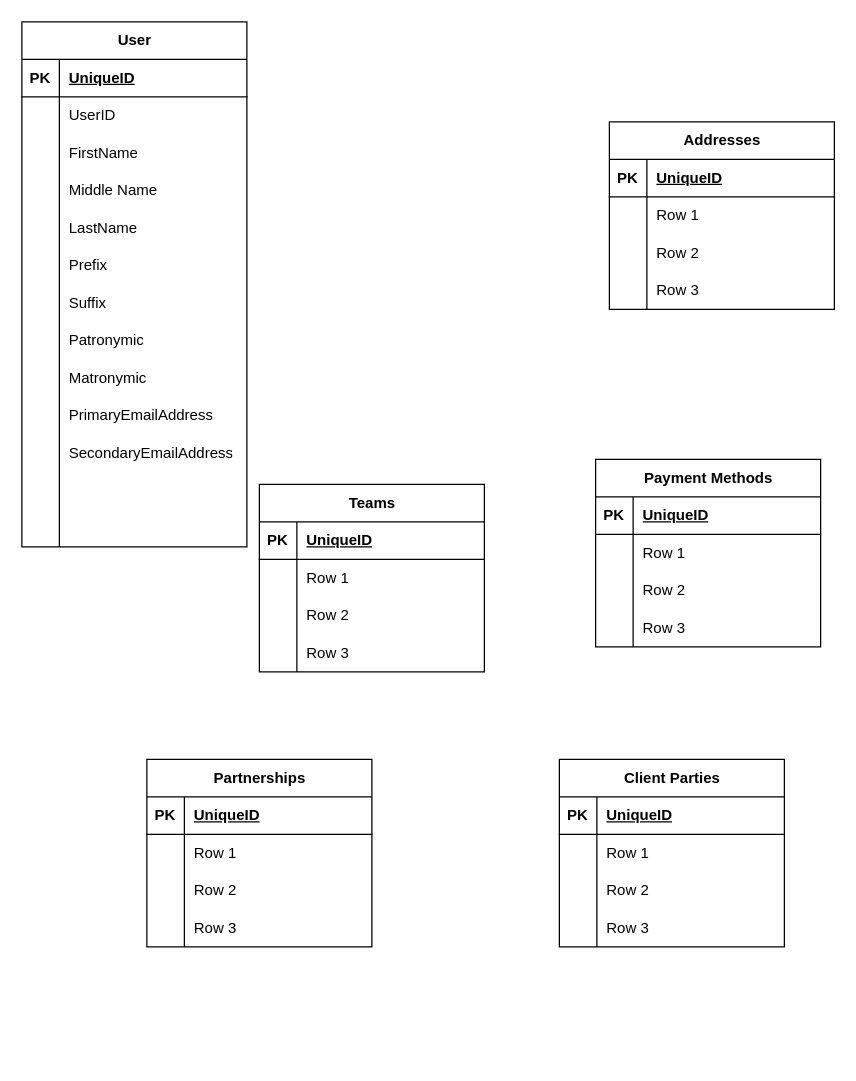
ElementalTech04/Drawio-Backup keeps this draw.io diagram as user-database.drawio. Above is the earlier version. Source tidied: cells renumbered, new cells numbered last; positions are measured from the earlier drawing's top-left corner, leaving out a move shared by most shapes. Both pictures are drawn from the tidied source at 125%, with x=0, y=0 at pixel (21, 21).
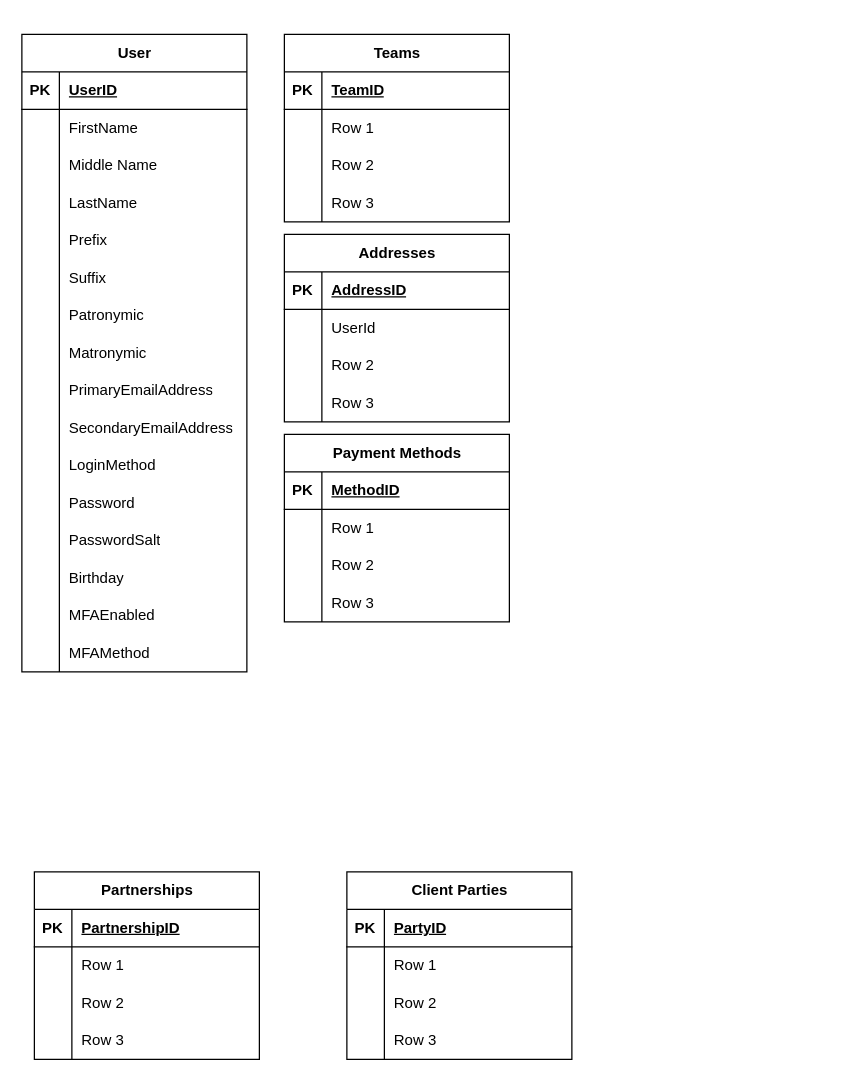
After the change.

Unchanged cells that the change refers to:
```xml
<mxCell id="3" style="shape=tableRow;horizontal=0;startSize=0;swimlaneHead=0;swimlaneBody=0;fillColor=none;top=0;left=0;right=0;bottom=1;" parent="2" vertex="1">
  <mxGeometry y="30" width="180" height="30" as="geometry" />
</mxCell>
<mxCell id="43" style="shape=tableRow;horizontal=0;startSize=0;swimlaneHead=0;swimlaneBody=0;fillColor=none;top=0;left=0;right=0;bottom=1;" parent="42" vertex="1">
  <mxGeometry y="30" width="180" height="30" as="geometry" />
</mxCell>
<mxCell id="46" style="shape=tableRow;horizontal=0;startSize=0;swimlaneHead=0;swimlaneBody=0;fillColor=none;top=0;left=0;right=0;bottom=0;" parent="42" vertex="1">
  <mxGeometry y="60" width="180" height="30" as="geometry" />
</mxCell>
<mxCell id="56" style="shape=tableRow;horizontal=0;startSize=0;swimlaneHead=0;swimlaneBody=0;fillColor=none;top=0;left=0;right=0;bottom=1;" parent="55" vertex="1">
  <mxGeometry y="30" width="180" height="30" as="geometry" />
</mxCell>
<mxCell id="69" style="shape=tableRow;horizontal=0;startSize=0;swimlaneHead=0;swimlaneBody=0;fillColor=none;top=0;left=0;right=0;bottom=1;" parent="68" vertex="1">
  <mxGeometry y="30" width="180" height="30" as="geometry" />
</mxCell>
<mxCell id="82" style="shape=tableRow;horizontal=0;startSize=0;swimlaneHead=0;swimlaneBody=0;fillColor=none;top=0;left=0;right=0;bottom=1;" parent="81" vertex="1">
  <mxGeometry y="30" width="180" height="30" as="geometry" />
</mxCell>
<mxCell id="95" style="shape=tableRow;horizontal=0;startSize=0;swimlaneHead=0;swimlaneBody=0;fillColor=none;top=0;left=0;right=0;bottom=1;" parent="94" vertex="1">
  <mxGeometry y="30" width="180" height="30" as="geometry" />
</mxCell>
```

Diff of the diagram source:
```diff
@@
     <mxCell id="2" value="User" style="shape=table;startSize=30;childLayout=tableLayout;rowLines=0;fontStyle=1;align=center;html=1;" parent="1" vertex="1">
-      <mxGeometry width="180" height="420" as="geometry" />
+      <mxGeometry y="10" width="180" height="510" as="geometry" />
     </mxCell>
@@
-    <mxCell id="5" value="UniqueID" style="shape=partialRectangle;fillColor=none;top=0;left=0;bottom=0;right=0;align=left;spacingLeft=6;fontStyle=5;overflow=hidden;whiteSpace=wrap;html=1;" parent="3" vertex="1">
+    <mxCell id="5" value="UserID" style="shape=partialRectangle;fillColor=none;top=0;left=0;bottom=0;right=0;align=left;spacingLeft=6;fontStyle=5;overflow=hidden;whiteSpace=wrap;html=1;" parent="3" vertex="1">
       <mxGeometry x="30" width="150" height="30" as="geometry" />
     </mxCell>
-    <mxCell id="6" style="shape=tableRow;horizontal=0;startSize=0;swimlaneHead=0;swimlaneBody=0;fillColor=none;top=0;left=0;right=0;bottom=0;" parent="2" vertex="1">
-      <mxGeometry y="60" width="180" height="30" as="geometry" />
-    </mxCell>
-    <mxCell id="7" style="shape=partialRectangle;fillColor=none;top=0;left=0;bottom=0;right=0;overflow=hidden;whiteSpace=wrap;html=1;" parent="6" vertex="1">
-      <mxGeometry width="30" height="30" as="geometry" />
-    </mxCell>
-    <mxCell id="8" value="UserID" style="shape=partialRectangle;fillColor=none;top=0;left=0;bottom=0;right=0;align=left;spacingLeft=6;overflow=hidden;whiteSpace=wrap;html=1;" parent="6" vertex="1">
-      <mxGeometry x="30" width="150" height="30" as="geometry" />
-    </mxCell>
     <mxCell id="9" style="shape=tableRow;horizontal=0;startSize=0;swimlaneHead=0;swimlaneBody=0;fillColor=none;top=0;left=0;right=0;bottom=0;" parent="2" vertex="1">
-      <mxGeometry y="90" width="180" height="30" as="geometry" />
+      <mxGeometry y="60" width="180" height="30" as="geometry" />
     </mxCell>
@@
     <mxCell id="12" style="shape=tableRow;horizontal=0;startSize=0;swimlaneHead=0;swimlaneBody=0;fillColor=none;top=0;left=0;right=0;bottom=0;" parent="2" vertex="1">
-      <mxGeometry y="120" width="180" height="30" as="geometry" />
+      <mxGeometry y="90" width="180" height="30" as="geometry" />
     </mxCell>
@@
     <mxCell id="15" style="shape=tableRow;horizontal=0;startSize=0;swimlaneHead=0;swimlaneBody=0;fillColor=none;top=0;left=0;right=0;bottom=0;" parent="2" vertex="1">
-      <mxGeometry y="150" width="180" height="30" as="geometry" />
+      <mxGeometry y="120" width="180" height="30" as="geometry" />
     </mxCell>
@@
     <mxCell id="18" style="shape=tableRow;horizontal=0;startSize=0;swimlaneHead=0;swimlaneBody=0;fillColor=none;top=0;left=0;right=0;bottom=0;" parent="2" vertex="1">
-      <mxGeometry y="180" width="180" height="30" as="geometry" />
+      <mxGeometry y="150" width="180" height="30" as="geometry" />
     </mxCell>
@@
     <mxCell id="21" style="shape=tableRow;horizontal=0;startSize=0;swimlaneHead=0;swimlaneBody=0;fillColor=none;top=0;left=0;right=0;bottom=0;" parent="2" vertex="1">
-      <mxGeometry y="210" width="180" height="30" as="geometry" />
+      <mxGeometry y="180" width="180" height="30" as="geometry" />
     </mxCell>
@@
     <mxCell id="24" style="shape=tableRow;horizontal=0;startSize=0;swimlaneHead=0;swimlaneBody=0;fillColor=none;top=0;left=0;right=0;bottom=0;" parent="2" vertex="1">
-      <mxGeometry y="240" width="180" height="30" as="geometry" />
+      <mxGeometry y="210" width="180" height="30" as="geometry" />
     </mxCell>
@@
     <mxCell id="27" style="shape=tableRow;horizontal=0;startSize=0;swimlaneHead=0;swimlaneBody=0;fillColor=none;top=0;left=0;right=0;bottom=0;" parent="2" vertex="1">
-      <mxGeometry y="270" width="180" height="30" as="geometry" />
+      <mxGeometry y="240" width="180" height="30" as="geometry" />
     </mxCell>
@@
     <mxCell id="30" style="shape=tableRow;horizontal=0;startSize=0;swimlaneHead=0;swimlaneBody=0;fillColor=none;top=0;left=0;right=0;bottom=0;" parent="2" vertex="1">
-      <mxGeometry y="300" width="180" height="30" as="geometry" />
+      <mxGeometry y="270" width="180" height="30" as="geometry" />
     </mxCell>
@@
     <mxCell id="33" style="shape=tableRow;horizontal=0;startSize=0;swimlaneHead=0;swimlaneBody=0;fillColor=none;top=0;left=0;right=0;bottom=0;" parent="2" vertex="1">
-      <mxGeometry y="330" width="180" height="30" as="geometry" />
+      <mxGeometry y="300" width="180" height="30" as="geometry" />
     </mxCell>
@@
     <mxCell id="36" style="shape=tableRow;horizontal=0;startSize=0;swimlaneHead=0;swimlaneBody=0;fillColor=none;top=0;left=0;right=0;bottom=0;" parent="2" vertex="1">
-      <mxGeometry y="360" width="180" height="30" as="geometry" />
+      <mxGeometry y="330" width="180" height="30" as="geometry" />
     </mxCell>
@@
-    <mxCell id="38" style="shape=partialRectangle;fillColor=none;top=0;left=0;bottom=0;right=0;align=left;spacingLeft=6;overflow=hidden;whiteSpace=wrap;html=1;" parent="36" vertex="1">
+    <mxCell id="38" value="LoginMethod" style="shape=partialRectangle;fillColor=none;top=0;left=0;bottom=0;right=0;align=left;spacingLeft=6;overflow=hidden;whiteSpace=wrap;html=1;" parent="36" vertex="1">
       <mxGeometry x="30" width="150" height="30" as="geometry" />
     </mxCell>
     <mxCell id="39" style="shape=tableRow;horizontal=0;startSize=0;swimlaneHead=0;swimlaneBody=0;fillColor=none;top=0;left=0;right=0;bottom=0;" parent="2" vertex="1">
-      <mxGeometry y="390" width="180" height="30" as="geometry" />
+      <mxGeometry y="360" width="180" height="30" as="geometry" />
     </mxCell>
@@
-    <mxCell id="41" style="shape=partialRectangle;fillColor=none;top=0;left=0;bottom=0;right=0;align=left;spacingLeft=6;overflow=hidden;whiteSpace=wrap;html=1;" parent="39" vertex="1">
+    <mxCell id="41" value="Password" style="shape=partialRectangle;fillColor=none;top=0;left=0;bottom=0;right=0;align=left;spacingLeft=6;overflow=hidden;whiteSpace=wrap;html=1;" parent="39" vertex="1">
       <mxGeometry x="30" width="150" height="30" as="geometry" />
     </mxCell>
+    <mxCell id="107" style="shape=tableRow;horizontal=0;startSize=0;swimlaneHead=0;swimlaneBody=0;fillColor=none;top=0;left=0;right=0;bottom=0;" parent="2" vertex="1">
+      <mxGeometry y="390" width="180" height="30" as="geometry" />
+    </mxCell>
+    <mxCell id="108" style="shape=partialRectangle;fillColor=none;top=0;left=0;bottom=0;right=0;overflow=hidden;whiteSpace=wrap;html=1;" parent="107" vertex="1">
+      <mxGeometry width="30" height="30" as="geometry" />
+    </mxCell>
+    <mxCell id="109" value="PasswordSalt" style="shape=partialRectangle;fillColor=none;top=0;left=0;bottom=0;right=0;align=left;spacingLeft=6;overflow=hidden;whiteSpace=wrap;html=1;" parent="107" vertex="1">
+      <mxGeometry x="30" width="150" height="30" as="geometry" />
+    </mxCell>
+    <mxCell id="110" style="shape=tableRow;horizontal=0;startSize=0;swimlaneHead=0;swimlaneBody=0;fillColor=none;top=0;left=0;right=0;bottom=0;" parent="2" vertex="1">
+      <mxGeometry y="420" width="180" height="30" as="geometry" />
+    </mxCell>
+    <mxCell id="111" style="shape=partialRectangle;fillColor=none;top=0;left=0;bottom=0;right=0;overflow=hidden;whiteSpace=wrap;html=1;" parent="110" vertex="1">
+      <mxGeometry width="30" height="30" as="geometry" />
+    </mxCell>
+    <mxCell id="112" value="Birthday" style="shape=partialRectangle;fillColor=none;top=0;left=0;bottom=0;right=0;align=left;spacingLeft=6;overflow=hidden;whiteSpace=wrap;html=1;" parent="110" vertex="1">
+      <mxGeometry x="30" width="150" height="30" as="geometry" />
+    </mxCell>
+    <mxCell id="113" style="shape=tableRow;horizontal=0;startSize=0;swimlaneHead=0;swimlaneBody=0;fillColor=none;top=0;left=0;right=0;bottom=0;" parent="2" vertex="1">
+      <mxGeometry y="450" width="180" height="30" as="geometry" />
+    </mxCell>
+    <mxCell id="114" style="shape=partialRectangle;fillColor=none;top=0;left=0;bottom=0;right=0;overflow=hidden;whiteSpace=wrap;html=1;" parent="113" vertex="1">
+      <mxGeometry width="30" height="30" as="geometry" />
+    </mxCell>
+    <mxCell id="115" value="MFAEnabled" style="shape=partialRectangle;fillColor=none;top=0;left=0;bottom=0;right=0;align=left;spacingLeft=6;overflow=hidden;whiteSpace=wrap;html=1;" parent="113" vertex="1">
+      <mxGeometry x="30" width="150" height="30" as="geometry" />
+    </mxCell>
+    <mxCell id="116" style="shape=tableRow;horizontal=0;startSize=0;swimlaneHead=0;swimlaneBody=0;fillColor=none;top=0;left=0;right=0;bottom=0;" parent="2" vertex="1">
+      <mxGeometry y="480" width="180" height="30" as="geometry" />
+    </mxCell>
+    <mxCell id="117" style="shape=partialRectangle;fillColor=none;top=0;left=0;bottom=0;right=0;overflow=hidden;whiteSpace=wrap;html=1;" parent="116" vertex="1">
+      <mxGeometry width="30" height="30" as="geometry" />
+    </mxCell>
+    <mxCell id="118" value="MFAMethod" style="shape=partialRectangle;fillColor=none;top=0;left=0;bottom=0;right=0;align=left;spacingLeft=6;overflow=hidden;whiteSpace=wrap;html=1;" parent="116" vertex="1">
+      <mxGeometry x="30" width="150" height="30" as="geometry" />
+    </mxCell>
     <mxCell id="42" value="Addresses" style="shape=table;startSize=30;childLayout=tableLayout;rowLines=0;fontStyle=1;align=center;html=1;" parent="1" vertex="1">
-      <mxGeometry x="470" y="80" width="180" height="150" as="geometry" />
+      <mxGeometry x="210" y="170" width="180" height="150" as="geometry" />
     </mxCell>
@@
-    <mxCell id="45" value="UniqueID" style="shape=partialRectangle;fillColor=none;top=0;left=0;bottom=0;right=0;align=left;spacingLeft=6;fontStyle=5;overflow=hidden;whiteSpace=wrap;html=1;" parent="43" vertex="1">
+    <mxCell id="45" value="AddressID" style="shape=partialRectangle;fillColor=none;top=0;left=0;bottom=0;right=0;align=left;spacingLeft=6;fontStyle=5;overflow=hidden;whiteSpace=wrap;html=1;" parent="43" vertex="1">
       <mxGeometry x="30" width="150" height="30" as="geometry" />
     </mxCell>
@@
-    <mxCell id="48" value="Row 1" style="shape=partialRectangle;fillColor=none;top=0;left=0;bottom=0;right=0;align=left;spacingLeft=6;overflow=hidden;whiteSpace=wrap;html=1;" parent="46" vertex="1">
+    <mxCell id="48" value="UserId" style="shape=partialRectangle;fillColor=none;top=0;left=0;bottom=0;right=0;align=left;spacingLeft=6;overflow=hidden;whiteSpace=wrap;html=1;" parent="46" vertex="1">
       <mxGeometry x="30" width="150" height="30" as="geometry" />
     </mxCell>
@@
     <mxCell id="55" value="Payment Methods" style="shape=table;startSize=30;childLayout=tableLayout;rowLines=0;fontStyle=1;align=center;html=1;" parent="1" vertex="1">
-      <mxGeometry x="459" y="350" width="180" height="150" as="geometry" />
+      <mxGeometry x="210" y="330" width="180" height="150" as="geometry" />
     </mxCell>
@@
-    <mxCell id="58" value="UniqueID" style="shape=partialRectangle;fillColor=none;top=0;left=0;bottom=0;right=0;align=left;spacingLeft=6;fontStyle=5;overflow=hidden;whiteSpace=wrap;html=1;" parent="56" vertex="1">
+    <mxCell id="58" value="MethodID" style="shape=partialRectangle;fillColor=none;top=0;left=0;bottom=0;right=0;align=left;spacingLeft=6;fontStyle=5;overflow=hidden;whiteSpace=wrap;html=1;" parent="56" vertex="1">
       <mxGeometry x="30" width="150" height="30" as="geometry" />
     </mxCell>
@@
     <mxCell id="68" value="Teams" style="shape=table;startSize=30;childLayout=tableLayout;rowLines=0;fontStyle=1;align=center;html=1;" parent="1" vertex="1">
-      <mxGeometry x="190" y="370" width="180" height="150" as="geometry" />
+      <mxGeometry x="210" y="10" width="180" height="150" as="geometry" />
     </mxCell>
@@
-    <mxCell id="71" value="UniqueID" style="shape=partialRectangle;fillColor=none;top=0;left=0;bottom=0;right=0;align=left;spacingLeft=6;fontStyle=5;overflow=hidden;whiteSpace=wrap;html=1;" parent="69" vertex="1">
+    <mxCell id="71" value="TeamID" style="shape=partialRectangle;fillColor=none;top=0;left=0;bottom=0;right=0;align=left;spacingLeft=6;fontStyle=5;overflow=hidden;whiteSpace=wrap;html=1;" parent="69" vertex="1">
       <mxGeometry x="30" width="150" height="30" as="geometry" />
     </mxCell>
@@
     <mxCell id="81" value="Partnerships" style="shape=table;startSize=30;childLayout=tableLayout;rowLines=0;fontStyle=1;align=center;html=1;" parent="1" vertex="1">
-      <mxGeometry x="100" y="590" width="180" height="150" as="geometry" />
+      <mxGeometry x="10" y="680" width="180" height="150" as="geometry" />
     </mxCell>
@@
-    <mxCell id="84" value="UniqueID" style="shape=partialRectangle;fillColor=none;top=0;left=0;bottom=0;right=0;align=left;spacingLeft=6;fontStyle=5;overflow=hidden;whiteSpace=wrap;html=1;" parent="82" vertex="1">
+    <mxCell id="84" value="PartnershipID" style="shape=partialRectangle;fillColor=none;top=0;left=0;bottom=0;right=0;align=left;spacingLeft=6;fontStyle=5;overflow=hidden;whiteSpace=wrap;html=1;" parent="82" vertex="1">
       <mxGeometry x="30" width="150" height="30" as="geometry" />
     </mxCell>
@@
     <mxCell id="94" value="Client Parties" style="shape=table;startSize=30;childLayout=tableLayout;rowLines=0;fontStyle=1;align=center;html=1;" parent="1" vertex="1">
-      <mxGeometry x="430" y="590" width="180" height="150" as="geometry" />
+      <mxGeometry x="260" y="680" width="180" height="150" as="geometry" />
     </mxCell>
@@
-    <mxCell id="97" value="UniqueID" style="shape=partialRectangle;fillColor=none;top=0;left=0;bottom=0;right=0;align=left;spacingLeft=6;fontStyle=5;overflow=hidden;whiteSpace=wrap;html=1;" parent="95" vertex="1">
+    <mxCell id="97" value="PartyID" style="shape=partialRectangle;fillColor=none;top=0;left=0;bottom=0;right=0;align=left;spacingLeft=6;fontStyle=5;overflow=hidden;whiteSpace=wrap;html=1;" parent="95" vertex="1">
       <mxGeometry x="30" width="150" height="30" as="geometry" />
     </mxCell>
```
